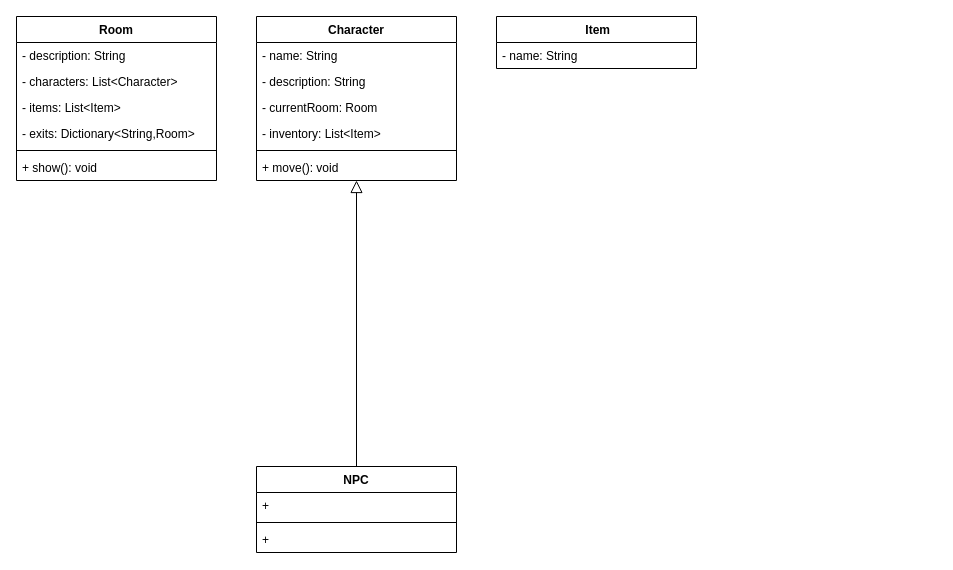
This is page "Classes" (2 of 2) of Diagrams/Legends of Antir Diagrams.drawio from qogoist/LegendsOfAntir, a draw.io file, before an edit. Source tidied: cells renumbered, new cells numbered last; positions are measured from the earlier drawing's top-left corner, leaving out a move shared by most shapes. Both pictures are drawn from the tidied source at 100%, with x=0, y=0 at pixel (16, 16).
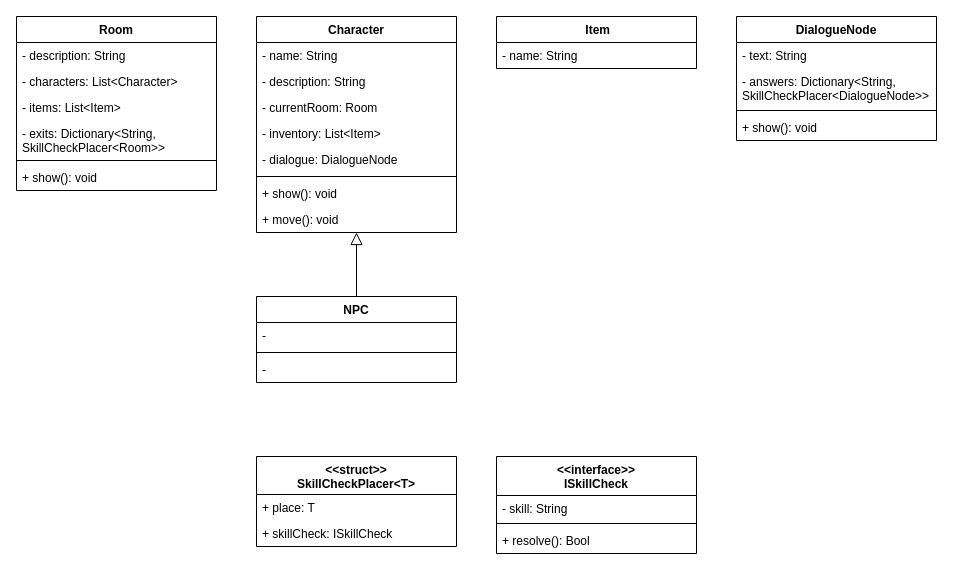
The same page after the edit.

Diff of the diagram source:
```diff
@@
     <mxCell id="2" value="Room" style="swimlane;fontStyle=1;align=center;verticalAlign=top;horizontal=1;startSize=26;" parent="1" vertex="1">
-      <mxGeometry width="200" height="164" as="geometry" />
+      <mxGeometry width="200" height="174" as="geometry" />
     </mxCell>
@@
-    <mxCell id="6" value="- exits: Dictionary&lt;String,Room&gt;" style="text;strokeColor=none;fillColor=none;align=left;verticalAlign=top;spacingLeft=4;spacingRight=4;overflow=hidden;" parent="2" vertex="1">
-      <mxGeometry y="104" width="200" height="26" as="geometry" />
+    <mxCell id="6" value="- exits: Dictionary&lt;String,&#10;SkillCheckPlacer&lt;Room&gt;&gt;" style="text;strokeColor=none;fillColor=none;align=left;verticalAlign=top;spacingLeft=4;spacingRight=4;overflow=hidden;" parent="2" vertex="1">
+      <mxGeometry y="104" width="200" height="36" as="geometry" />
     </mxCell>
     <mxCell id="7" style="line;strokeWidth=1;fillColor=none;align=left;verticalAlign=middle;spacingTop=-1;spacingLeft=3;spacingRight=3;labelPosition=right;" parent="2" vertex="1">
-      <mxGeometry y="130" width="200" height="8" as="geometry" />
+      <mxGeometry y="140" width="200" height="8" as="geometry" />
     </mxCell>
     <mxCell id="8" value="+ show(): void" style="text;strokeColor=none;fillColor=none;align=left;verticalAlign=top;spacingLeft=4;spacingRight=4;overflow=hidden;" parent="2" vertex="1">
-      <mxGeometry y="138" width="200" height="26" as="geometry" />
+      <mxGeometry y="148" width="200" height="26" as="geometry" />
     </mxCell>
     <mxCell id="9" value="Character" style="swimlane;fontStyle=1;align=center;verticalAlign=top;horizontal=1;startSize=26;" parent="1" vertex="1">
-      <mxGeometry x="240" width="200" height="164" as="geometry" />
+      <mxGeometry x="240" width="200" height="216" as="geometry" />
     </mxCell>
@@
+    <mxCell id="23" value="- dialogue: DialogueNode" style="text;strokeColor=none;fillColor=none;align=left;verticalAlign=top;spacingLeft=4;spacingRight=4;overflow=hidden;" parent="9" vertex="1">
+      <mxGeometry y="130" width="200" height="26" as="geometry" />
+    </mxCell>
     <mxCell id="14" style="line;strokeWidth=1;fillColor=none;align=left;verticalAlign=middle;spacingTop=-1;spacingLeft=3;spacingRight=3;labelPosition=right;" parent="9" vertex="1">
-      <mxGeometry y="130" width="200" height="8" as="geometry" />
+      <mxGeometry y="156" width="200" height="8" as="geometry" />
     </mxCell>
+    <mxCell id="24" value="+ show(): void" style="text;strokeColor=none;fillColor=none;align=left;verticalAlign=top;spacingLeft=4;spacingRight=4;overflow=hidden;" parent="9" vertex="1">
+      <mxGeometry y="164" width="200" height="26" as="geometry" />
+    </mxCell>
     <mxCell id="15" value="+ move(): void" style="text;strokeColor=none;fillColor=none;align=left;verticalAlign=top;spacingLeft=4;spacingRight=4;overflow=hidden;" parent="9" vertex="1">
-      <mxGeometry y="138" width="200" height="26" as="geometry" />
+      <mxGeometry y="190" width="200" height="26" as="geometry" />
     </mxCell>
@@
     <mxCell id="17" value="NPC" style="swimlane;fontStyle=1;align=center;verticalAlign=top;horizontal=1;startSize=26;" parent="1" vertex="1">
-      <mxGeometry x="240" y="450" width="200" height="86" as="geometry" />
+      <mxGeometry x="240" y="280" width="200" height="86" as="geometry" />
     </mxCell>
-    <mxCell id="18" value="+ " style="text;strokeColor=none;fillColor=none;align=left;verticalAlign=top;spacingLeft=4;spacingRight=4;overflow=hidden;" parent="17" vertex="1">
+    <mxCell id="18" value="-" style="text;strokeColor=none;fillColor=none;align=left;verticalAlign=top;spacingLeft=4;spacingRight=4;overflow=hidden;" parent="17" vertex="1">
       <mxGeometry y="26" width="200" height="26" as="geometry" />
     </mxCell>
@@
-    <mxCell id="20" value="+" style="text;strokeColor=none;fillColor=none;align=left;verticalAlign=top;spacingLeft=4;spacingRight=4;overflow=hidden;" parent="17" vertex="1">
+    <mxCell id="20" value="-" style="text;strokeColor=none;fillColor=none;align=left;verticalAlign=top;spacingLeft=4;spacingRight=4;overflow=hidden;" parent="17" vertex="1">
       <mxGeometry y="60" width="200" height="26" as="geometry" />
     </mxCell>
@@
+    <mxCell id="25" value="DialogueNode" style="swimlane;fontStyle=1;align=center;verticalAlign=top;horizontal=1;startSize=26;" parent="1" vertex="1">
+      <mxGeometry x="720" width="200" height="124" as="geometry" />
+    </mxCell>
+    <mxCell id="26" value="- text: String" style="text;strokeColor=none;fillColor=none;align=left;verticalAlign=top;spacingLeft=4;spacingRight=4;overflow=hidden;" parent="25" vertex="1">
+      <mxGeometry y="26" width="200" height="26" as="geometry" />
+    </mxCell>
+    <mxCell id="27" value="- answers: Dictionary&lt;String, &#10;SkillCheckPlacer&lt;DialogueNode&gt;&gt;" style="text;strokeColor=none;fillColor=none;align=left;verticalAlign=top;spacingLeft=4;spacingRight=4;overflow=hidden;" parent="25" vertex="1">
+      <mxGeometry y="52" width="200" height="38" as="geometry" />
+    </mxCell>
+    <mxCell id="28" style="line;strokeWidth=1;fillColor=none;align=left;verticalAlign=middle;spacingTop=-1;spacingLeft=3;spacingRight=3;labelPosition=right;" parent="25" vertex="1">
+      <mxGeometry y="90" width="200" height="8" as="geometry" />
+    </mxCell>
+    <mxCell id="29" value="+ show(): void" style="text;strokeColor=none;fillColor=none;align=left;verticalAlign=top;spacingLeft=4;spacingRight=4;overflow=hidden;" parent="25" vertex="1">
+      <mxGeometry y="98" width="200" height="26" as="geometry" />
+    </mxCell>
+    <mxCell id="30" value="&lt;&lt;interface&gt;&gt;&#10;ISkillCheck" style="swimlane;fontStyle=1;align=center;verticalAlign=top;horizontal=1;startSize=39;" parent="1" vertex="1">
+      <mxGeometry x="480" y="440" width="200" height="97" as="geometry" />
+    </mxCell>
+    <mxCell id="31" value="- skill: String" style="text;strokeColor=none;fillColor=none;align=left;verticalAlign=top;spacingLeft=4;spacingRight=4;overflow=hidden;" parent="30" vertex="1">
+      <mxGeometry y="39" width="200" height="24" as="geometry" />
+    </mxCell>
+    <mxCell id="32" style="line;strokeWidth=1;fillColor=none;align=left;verticalAlign=middle;spacingTop=-1;spacingLeft=3;spacingRight=3;labelPosition=right;" parent="30" vertex="1">
+      <mxGeometry y="63" width="200" height="8" as="geometry" />
+    </mxCell>
+    <mxCell id="33" value="+ resolve(): Bool" style="text;strokeColor=none;fillColor=none;align=left;verticalAlign=top;spacingLeft=4;spacingRight=4;overflow=hidden;" parent="30" vertex="1">
+      <mxGeometry y="71" width="200" height="26" as="geometry" />
+    </mxCell>
+    <mxCell id="34" value="&lt;&lt;struct&gt;&gt;&#10;SkillCheckPlacer&lt;T&gt;" style="swimlane;fontStyle=1;align=center;verticalAlign=top;horizontal=1;startSize=38;" parent="1" vertex="1">
+      <mxGeometry x="240" y="440" width="200" height="90" as="geometry" />
+    </mxCell>
+    <mxCell id="35" value="+ place: T" style="text;strokeColor=none;fillColor=none;align=left;verticalAlign=top;spacingLeft=4;spacingRight=4;overflow=hidden;" parent="34" vertex="1">
+      <mxGeometry y="38" width="200" height="26" as="geometry" />
+    </mxCell>
+    <mxCell id="36" value="+ skillCheck: ISkillCheck" style="text;strokeColor=none;fillColor=none;align=left;verticalAlign=top;spacingLeft=4;spacingRight=4;overflow=hidden;" parent="34" vertex="1">
+      <mxGeometry y="64" width="200" height="26" as="geometry" />
+    </mxCell>
```
